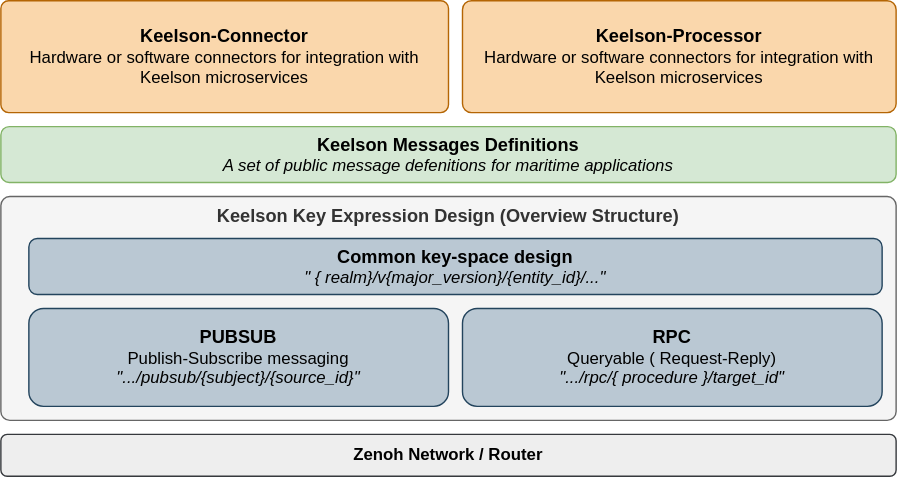
Before: Doc/keelson_overview.drawio.svg, a diagram exported from draw.io (RISE-Maritime/keelson). Source tidied: cells renumbered, new cells last; positions are measured from the earlier drawing's top-left corner, leaving out a move shared by most shapes.
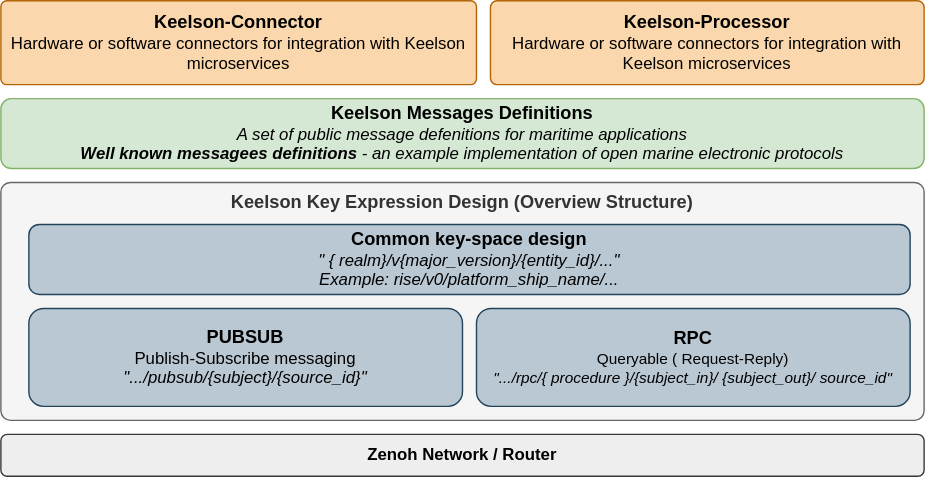
After the change.

Change to the diagram source:
```diff
@@ -3,28 +3,28 @@
     <mxCell id="0" />
     <mxCell id="1" parent="0" />
     <mxCell id="2" value="&lt;b&gt;&lt;font style=&quot;font-size: 13px;&quot;&gt;Keelson Key Expression Design (Overview Structure)&lt;/font&gt;&lt;/b&gt;" style="rounded=1;whiteSpace=wrap;html=1;fillColor=#f5f5f5;fontColor=#333333;strokeColor=#666666;verticalAlign=top;arcSize=4;" parent="1" vertex="1">
-      <mxGeometry y="140" width="640" height="160" as="geometry" />
+      <mxGeometry y="140" width="660" height="170" as="geometry" />
     </mxCell>
-    <mxCell id="3" value="&lt;div&gt;&lt;span style=&quot;background-color: initial;&quot;&gt;&lt;b&gt;&lt;font color=&quot;#000000&quot; style=&quot;font-size: 13px;&quot;&gt;RPC&lt;/font&gt;&lt;/b&gt;&lt;/span&gt;&lt;/div&gt;&lt;div&gt;&lt;font color=&quot;#000000&quot;&gt;&lt;span style=&quot;background-color: initial;&quot;&gt;Queryable (&lt;/span&gt;&lt;span style=&quot;background-color: initial;&quot;&gt;Request-Reply)&amp;nbsp;&lt;/span&gt;&lt;br&gt;&lt;/font&gt;&lt;/div&gt;&lt;div&gt;&lt;font color=&quot;#000000&quot;&gt;&lt;span style=&quot;background-color: initial;&quot;&gt;&lt;i&gt;&quot;.../rpc/{&lt;/i&gt;&lt;/span&gt;&lt;i&gt;procedure&lt;/i&gt;&lt;/font&gt;&lt;span style=&quot;background-color: initial;&quot;&gt;&lt;i&gt;&lt;font color=&quot;#000000&quot;&gt;}/target_id&quot;&lt;/font&gt;&lt;/i&gt;&lt;br&gt;&lt;/span&gt;&lt;/div&gt;" style="rounded=1;whiteSpace=wrap;html=1;fillColor=#bac8d3;strokeColor=#23445d;" parent="1" vertex="1">
-      <mxGeometry x="330" y="220" width="300" height="70" as="geometry" />
-    </mxCell>
     <mxCell id="4" value="&lt;div&gt;&lt;b&gt;&lt;font color=&quot;#000000&quot; style=&quot;font-size: 13px;&quot;&gt;PUBSUB&lt;/font&gt;&lt;/b&gt;&lt;/div&gt;&lt;div&gt;&lt;font color=&quot;#000000&quot;&gt;Publish-Subscribe messaging&lt;br&gt;&lt;/font&gt;&lt;/div&gt;&lt;div&gt;&lt;i&gt;&lt;font color=&quot;#000000&quot;&gt;&quot;.../pubsub/{subject}/{source_id}&quot;&lt;/font&gt;&lt;/i&gt;&lt;/div&gt;" style="rounded=1;whiteSpace=wrap;html=1;fillColor=#bac8d3;strokeColor=#23445d;" parent="1" vertex="1">
-      <mxGeometry x="20" y="220" width="300" height="70" as="geometry" />
+      <mxGeometry x="20" y="230" width="310" height="70" as="geometry" />
     </mxCell>
     <mxCell id="5" value="&lt;b&gt;&lt;font color=&quot;#000000&quot;&gt;Zenoh Network / Router&lt;/font&gt;&lt;/b&gt;" style="rounded=1;whiteSpace=wrap;html=1;fillColor=#eeeeee;strokeColor=#36393d;" parent="1" vertex="1">
-      <mxGeometry y="310" width="640" height="30" as="geometry" />
+      <mxGeometry y="320" width="660" height="30" as="geometry" />
     </mxCell>
-    <mxCell id="6" value="&lt;div&gt;&lt;font color=&quot;#000000&quot;&gt;&lt;b&gt;&lt;font style=&quot;font-size: 13px;&quot;&gt;Common key-space design&lt;/font&gt;&lt;/b&gt;&lt;br&gt;&lt;/font&gt;&lt;/div&gt;&lt;div&gt;&lt;font color=&quot;#000000&quot;&gt;&lt;i&gt;&quot;&lt;/i&gt;&lt;i style=&quot;background-color: initial;&quot;&gt;{&lt;/i&gt;&lt;i style=&quot;background-color: initial;&quot;&gt;realm}/v{major_version}/{entity_id}/...&quot;&lt;/i&gt;&lt;/font&gt;&lt;/div&gt;" style="rounded=1;whiteSpace=wrap;html=1;fillColor=#bac8d3;strokeColor=#23445d;" parent="1" vertex="1">
-      <mxGeometry x="20" y="170" width="610" height="40" as="geometry" />
+    <mxCell id="6" value="&lt;div&gt;&lt;font color=&quot;#000000&quot;&gt;&lt;b&gt;&lt;font style=&quot;font-size: 13px;&quot;&gt;Common key-space design&lt;/font&gt;&lt;/b&gt;&lt;br&gt;&lt;/font&gt;&lt;/div&gt;&lt;div&gt;&lt;font color=&quot;#000000&quot;&gt;&lt;i&gt;&quot;&lt;/i&gt;&lt;i style=&quot;background-color: initial;&quot;&gt;{&lt;/i&gt;&lt;i style=&quot;background-color: initial;&quot;&gt;realm}/v{major_version}/{entity_id}/...&quot;&lt;/i&gt;&lt;/font&gt;&lt;/div&gt;&lt;div&gt;&lt;font color=&quot;#000000&quot;&gt;&lt;i style=&quot;background-color: initial;&quot;&gt;Example: rise/v0/platform_ship_name/...&lt;/i&gt;&lt;/font&gt;&lt;/div&gt;" style="rounded=1;whiteSpace=wrap;html=1;fillColor=#bac8d3;strokeColor=#23445d;" parent="1" vertex="1">
+      <mxGeometry x="20" y="170" width="630" height="50" as="geometry" />
     </mxCell>
     <mxCell id="7" value="&lt;b style=&quot;font-size: 13px;&quot;&gt;&lt;font color=&quot;#000000&quot; style=&quot;font-size: 13px;&quot;&gt;Keelson-Connector&lt;/font&gt;&lt;/b&gt;&lt;div style=&quot;&quot;&gt;&lt;span style=&quot;background-color: initial;&quot;&gt;&lt;font color=&quot;#000000&quot; style=&quot;font-size: 12px;&quot;&gt;Hardware or software connectors for integration with Keelson microservices&lt;/font&gt;&lt;/span&gt;&lt;/div&gt;" style="rounded=1;whiteSpace=wrap;html=1;fillColor=#fad7ac;strokeColor=#b46504;arcSize=7;" parent="1" vertex="1">
-      <mxGeometry width="320" height="80" as="geometry" />
+      <mxGeometry y="10" width="340" height="60" as="geometry" />
     </mxCell>
     <mxCell id="8" value="&lt;b style=&quot;font-size: 13px;&quot;&gt;&lt;font color=&quot;#000000&quot;&gt;Keelson-Processor&lt;/font&gt;&lt;/b&gt;&lt;div style=&quot;&quot;&gt;&lt;span style=&quot;background-color: initial;&quot;&gt;&lt;font color=&quot;#000000&quot; style=&quot;font-size: 12px;&quot;&gt;Hardware or software connectors for integration with Keelson microservices&lt;/font&gt;&lt;/span&gt;&lt;/div&gt;" style="rounded=1;whiteSpace=wrap;html=1;fillColor=#fad7ac;strokeColor=#b46504;arcSize=8;" parent="1" vertex="1">
-      <mxGeometry x="330" width="310" height="80" as="geometry" />
+      <mxGeometry x="350" y="10" width="310" height="60" as="geometry" />
     </mxCell>
-    <mxCell id="9" value="&lt;div&gt;&lt;span style=&quot;color: rgb(0, 0, 0); background-color: initial; font-size: 13px;&quot;&gt;&lt;b&gt;Keelson Messages Definitions&lt;/b&gt;&lt;/span&gt;&lt;/div&gt;&lt;div&gt;&lt;font color=&quot;#000000&quot;&gt;&lt;i&gt;A set of public message defenitions for maritime applications&lt;/i&gt;&lt;/font&gt;&lt;/div&gt;" style="rounded=1;whiteSpace=wrap;html=1;fillColor=#d5e8d4;strokeColor=#82b366;" parent="1" vertex="1">
-      <mxGeometry y="90" width="640" height="40" as="geometry" />
+    <mxCell id="9" value="&lt;div&gt;&lt;span style=&quot;color: rgb(0, 0, 0); background-color: initial; font-size: 13px;&quot;&gt;&lt;b&gt;Keelson Messages Definitions&lt;/b&gt;&lt;/span&gt;&lt;/div&gt;&lt;div&gt;&lt;font color=&quot;#000000&quot;&gt;&lt;i&gt;A set of public message defenitions for maritime applications&lt;/i&gt;&lt;/font&gt;&lt;/div&gt;&lt;div&gt;&lt;font color=&quot;#000000&quot;&gt;&lt;i&gt;&lt;b&gt;Well known messagees definitions&lt;/b&gt; - an example implementation of open marine electronic protocols&amp;nbsp;&lt;/i&gt;&lt;/font&gt;&lt;/div&gt;" style="rounded=1;whiteSpace=wrap;html=1;fillColor=#d5e8d4;strokeColor=#82b366;" parent="1" vertex="1">
+      <mxGeometry y="80" width="660" height="50" as="geometry" />
     </mxCell>
+    <mxCell id="10" value="&lt;div&gt;&lt;b&gt;&lt;font color=&quot;#000000&quot; style=&quot;font-size: 13px;&quot;&gt;RPC&lt;/font&gt;&lt;/b&gt;&lt;/div&gt;&lt;div style=&quot;font-size: 11px;&quot;&gt;&lt;font color=&quot;#000000&quot;&gt;&lt;span style=&quot;background-color: initial;&quot;&gt;Queryable (&lt;/span&gt;&lt;span style=&quot;background-color: initial;&quot;&gt;Request-Reply)&amp;nbsp;&lt;/span&gt;&lt;/font&gt;&lt;/div&gt;&lt;div&gt;&lt;font style=&quot;font-size: 11px; background-color: initial;&quot; color=&quot;#000000&quot;&gt;&lt;span style=&quot;background-color: initial;&quot;&gt;&lt;i&gt;&quot;.../rpc/{&lt;/i&gt;&lt;/span&gt;&lt;i&gt;procedure&lt;/i&gt;&lt;/font&gt;&lt;span style=&quot;font-size: 11px; background-color: initial;&quot;&gt;&lt;i&gt;&lt;font color=&quot;#000000&quot;&gt;}/{subject_in}/&lt;/font&gt;&lt;/i&gt;&lt;/span&gt;&lt;i style=&quot;font-size: 11px; background-color: initial;&quot;&gt;&lt;font color=&quot;#000000&quot;&gt;{subject_out}/&lt;/font&gt;&lt;/i&gt;&lt;i style=&quot;font-size: 11px; background-color: initial;&quot;&gt;&lt;font color=&quot;#000000&quot;&gt;source_id&quot;&lt;/font&gt;&lt;/i&gt;&lt;br&gt;&lt;/div&gt;&lt;div&gt;&lt;i style=&quot;font-size: 11px;&quot;&gt;&lt;/i&gt;&lt;/div&gt;" style="rounded=1;whiteSpace=wrap;html=1;fillColor=#bac8d3;strokeColor=#23445d;" parent="1" vertex="1">
+      <mxGeometry x="340" y="230" width="310" height="70" as="geometry" />
+    </mxCell>
   </root>
 </mxGraphModel>
```
